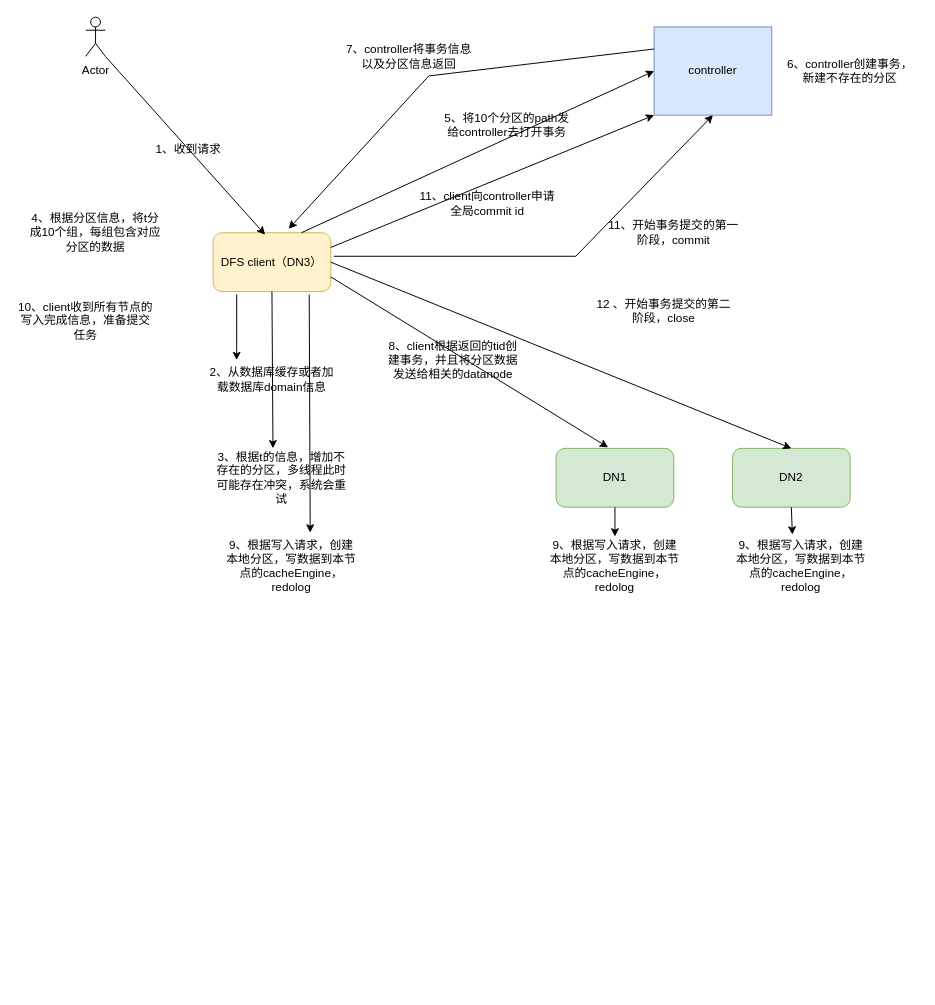
Before: Untitled Diagram11.drawio in myspf/test, a draw.io diagram. Source tidied: cells renumbered, new cells numbered last; positions are measured from the earlier drawing's top-left corner, leaving out a move shared by most shapes. Both pictures are drawn from the tidied source at 98%, with x=0, y=0 at pixel (17, 17).
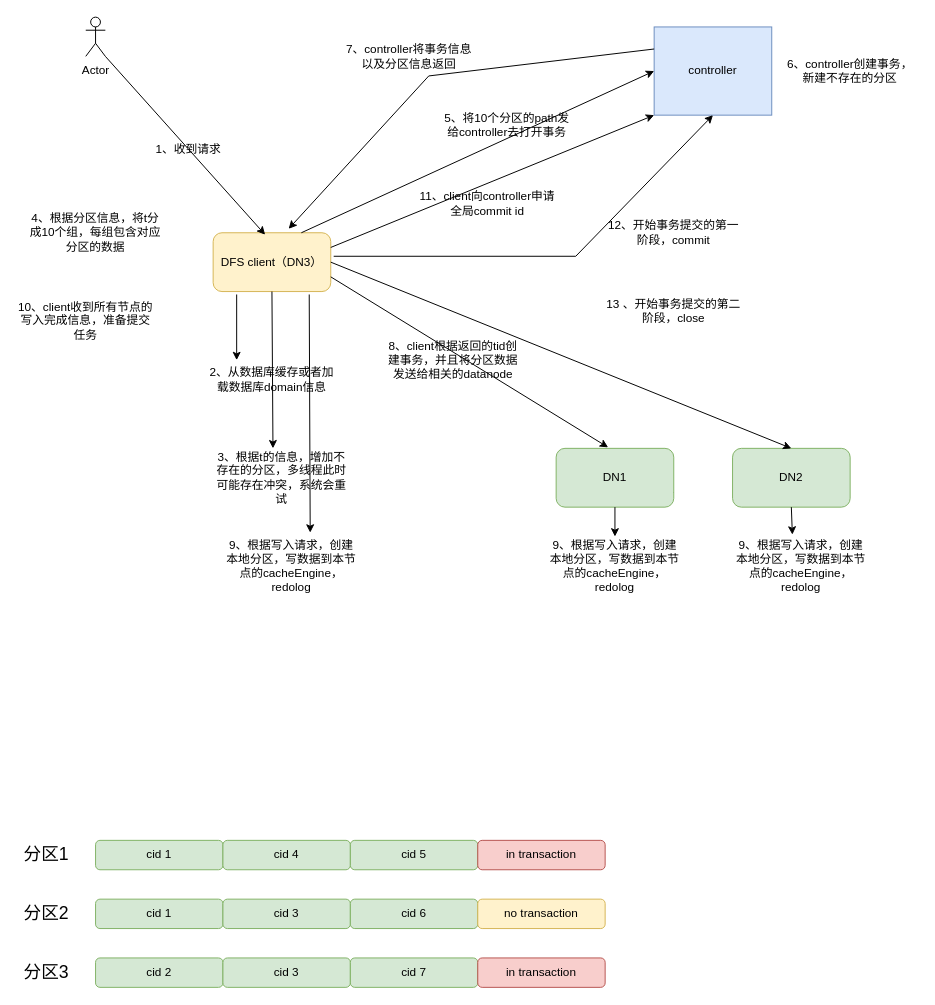
The same page after the edit.

The edit, as a diff of the source:
```diff
@@
-    <mxCell id="28" value="11、开始事务提交的第一阶段，commit" style="text;html=1;strokeColor=none;fillColor=none;align=center;verticalAlign=middle;whiteSpace=wrap;rounded=0;" parent="1" vertex="1">
+    <mxCell id="28" value="12、开始事务提交的第一阶段，commit" style="text;html=1;strokeColor=none;fillColor=none;align=center;verticalAlign=middle;whiteSpace=wrap;rounded=0;" parent="1" vertex="1">
       <mxGeometry x="600" y="190" width="140" height="60" as="geometry" />
     </mxCell>
-    <mxCell id="29" value="12 、开始事务提交的第二阶段，close" style="text;html=1;strokeColor=none;fillColor=none;align=center;verticalAlign=middle;whiteSpace=wrap;rounded=0;" parent="1" vertex="1">
-      <mxGeometry x="590" y="270" width="140" height="60" as="geometry" />
+    <mxCell id="29" value="13 、开始事务提交的第二阶段，close" style="text;html=1;strokeColor=none;fillColor=none;align=center;verticalAlign=middle;whiteSpace=wrap;rounded=0;" parent="1" vertex="1">
+      <mxGeometry x="600" y="270" width="140" height="60" as="geometry" />
     </mxCell>
@@
+    <mxCell id="35" value="cid 1" style="rounded=1;whiteSpace=wrap;html=1;fillColor=#d5e8d4;strokeColor=#82b366;" parent="1" vertex="1">
+      <mxGeometry x="80" y="840" width="130" height="30" as="geometry" />
+    </mxCell>
+    <mxCell id="36" value="cid 4" style="rounded=1;whiteSpace=wrap;html=1;fillColor=#d5e8d4;strokeColor=#82b366;" parent="1" vertex="1">
+      <mxGeometry x="210" y="840" width="130" height="30" as="geometry" />
+    </mxCell>
+    <mxCell id="37" value="cid 5" style="rounded=1;whiteSpace=wrap;html=1;fillColor=#d5e8d4;strokeColor=#82b366;" parent="1" vertex="1">
+      <mxGeometry x="340" y="840" width="130" height="30" as="geometry" />
+    </mxCell>
+    <mxCell id="38" value="in transaction" style="rounded=1;whiteSpace=wrap;html=1;fillColor=#f8cecc;strokeColor=#b85450;" parent="1" vertex="1">
+      <mxGeometry x="470" y="840" width="130" height="30" as="geometry" />
+    </mxCell>
+    <mxCell id="39" value="cid 1" style="rounded=1;whiteSpace=wrap;html=1;fillColor=#d5e8d4;strokeColor=#82b366;" parent="1" vertex="1">
+      <mxGeometry x="80" y="900" width="130" height="30" as="geometry" />
+    </mxCell>
+    <mxCell id="40" value="cid 3" style="rounded=1;whiteSpace=wrap;html=1;fillColor=#d5e8d4;strokeColor=#82b366;" parent="1" vertex="1">
+      <mxGeometry x="210" y="900" width="130" height="30" as="geometry" />
+    </mxCell>
+    <mxCell id="41" value="cid 6" style="rounded=1;whiteSpace=wrap;html=1;fillColor=#d5e8d4;strokeColor=#82b366;" parent="1" vertex="1">
+      <mxGeometry x="340" y="900" width="130" height="30" as="geometry" />
+    </mxCell>
+    <mxCell id="42" value="no transaction" style="rounded=1;whiteSpace=wrap;html=1;fillColor=#fff2cc;strokeColor=#d6b656;" parent="1" vertex="1">
+      <mxGeometry x="470" y="900" width="130" height="30" as="geometry" />
+    </mxCell>
+    <mxCell id="43" value="cid 2" style="rounded=1;whiteSpace=wrap;html=1;fillColor=#d5e8d4;strokeColor=#82b366;" parent="1" vertex="1">
+      <mxGeometry x="80" y="960" width="130" height="30" as="geometry" />
+    </mxCell>
+    <mxCell id="44" value="cid 3" style="rounded=1;whiteSpace=wrap;html=1;fillColor=#d5e8d4;strokeColor=#82b366;" parent="1" vertex="1">
+      <mxGeometry x="210" y="960" width="130" height="30" as="geometry" />
+    </mxCell>
+    <mxCell id="45" value="cid 7" style="rounded=1;whiteSpace=wrap;html=1;fillColor=#d5e8d4;strokeColor=#82b366;" parent="1" vertex="1">
+      <mxGeometry x="340" y="960" width="130" height="30" as="geometry" />
+    </mxCell>
+    <mxCell id="46" value="in transaction" style="rounded=1;whiteSpace=wrap;html=1;fillColor=#f8cecc;strokeColor=#b85450;" parent="1" vertex="1">
+      <mxGeometry x="470" y="960" width="130" height="30" as="geometry" />
+    </mxCell>
+    <mxCell id="47" value="&lt;font style=&quot;font-size: 18px;&quot;&gt;分区1&lt;/font&gt;" style="text;html=1;strokeColor=none;fillColor=none;align=center;verticalAlign=middle;whiteSpace=wrap;rounded=0;" parent="1" vertex="1">
+      <mxGeometry y="840" width="60" height="30" as="geometry" />
+    </mxCell>
+    <mxCell id="48" value="&lt;font style=&quot;font-size: 18px;&quot;&gt;分区2&lt;/font&gt;" style="text;html=1;strokeColor=none;fillColor=none;align=center;verticalAlign=middle;whiteSpace=wrap;rounded=0;" parent="1" vertex="1">
+      <mxGeometry y="900" width="60" height="30" as="geometry" />
+    </mxCell>
+    <mxCell id="49" value="&lt;font style=&quot;font-size: 18px;&quot;&gt;分区3&lt;/font&gt;" style="text;html=1;strokeColor=none;fillColor=none;align=center;verticalAlign=middle;whiteSpace=wrap;rounded=0;" parent="1" vertex="1">
+      <mxGeometry y="960" width="60" height="30" as="geometry" />
+    </mxCell>
```
